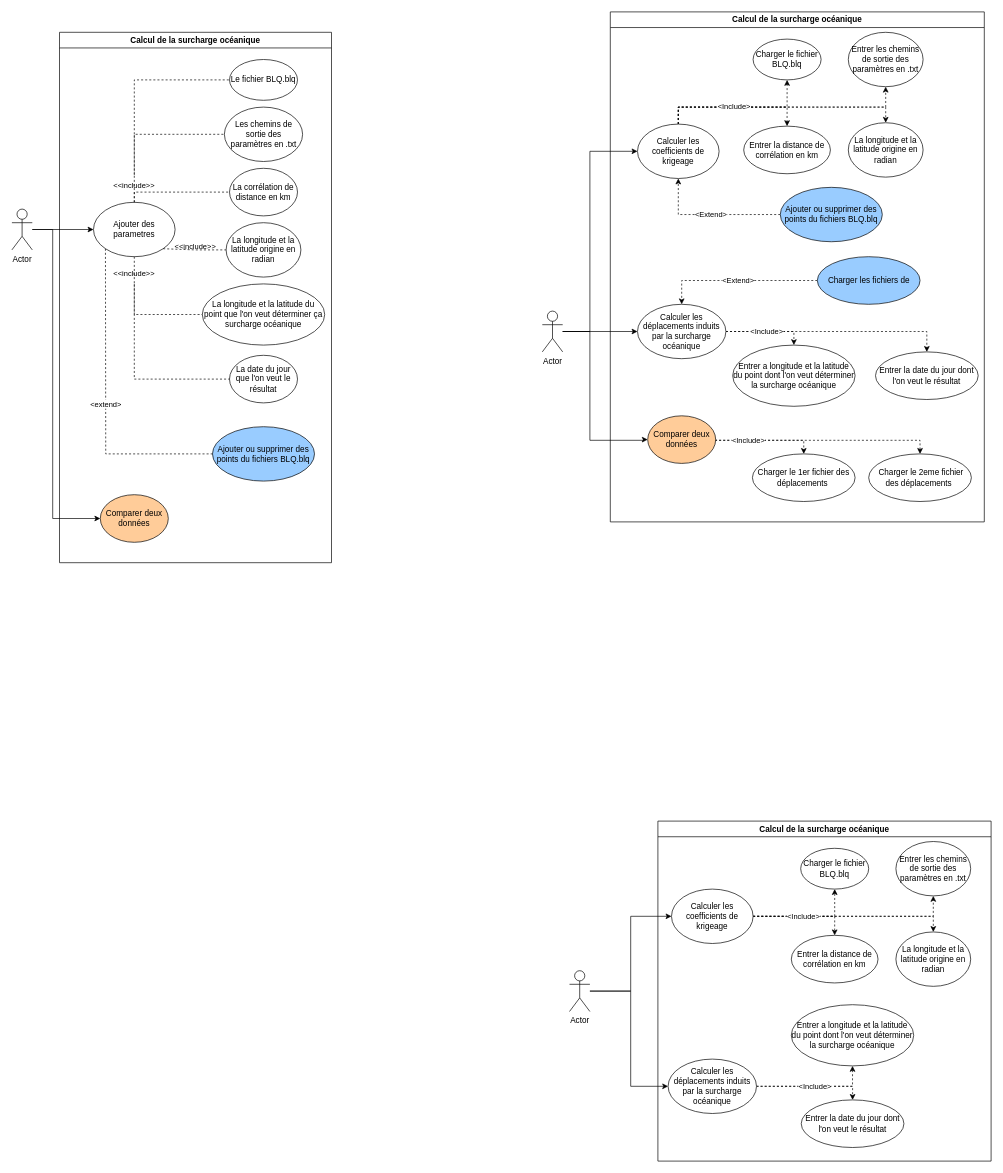
Above: dia_de_cas_d_utilisation_2.drawio in Kaloum2/calcul-coeff-krigeage (draw.io), before the change. Source tidied: cells renumbered, new cells numbered last; positions are measured from the earlier drawing's top-left corner, leaving out a move shared by most shapes. Both pictures are drawn from the tidied source at 68%, with x=0, y=0 at pixel (12, 12).
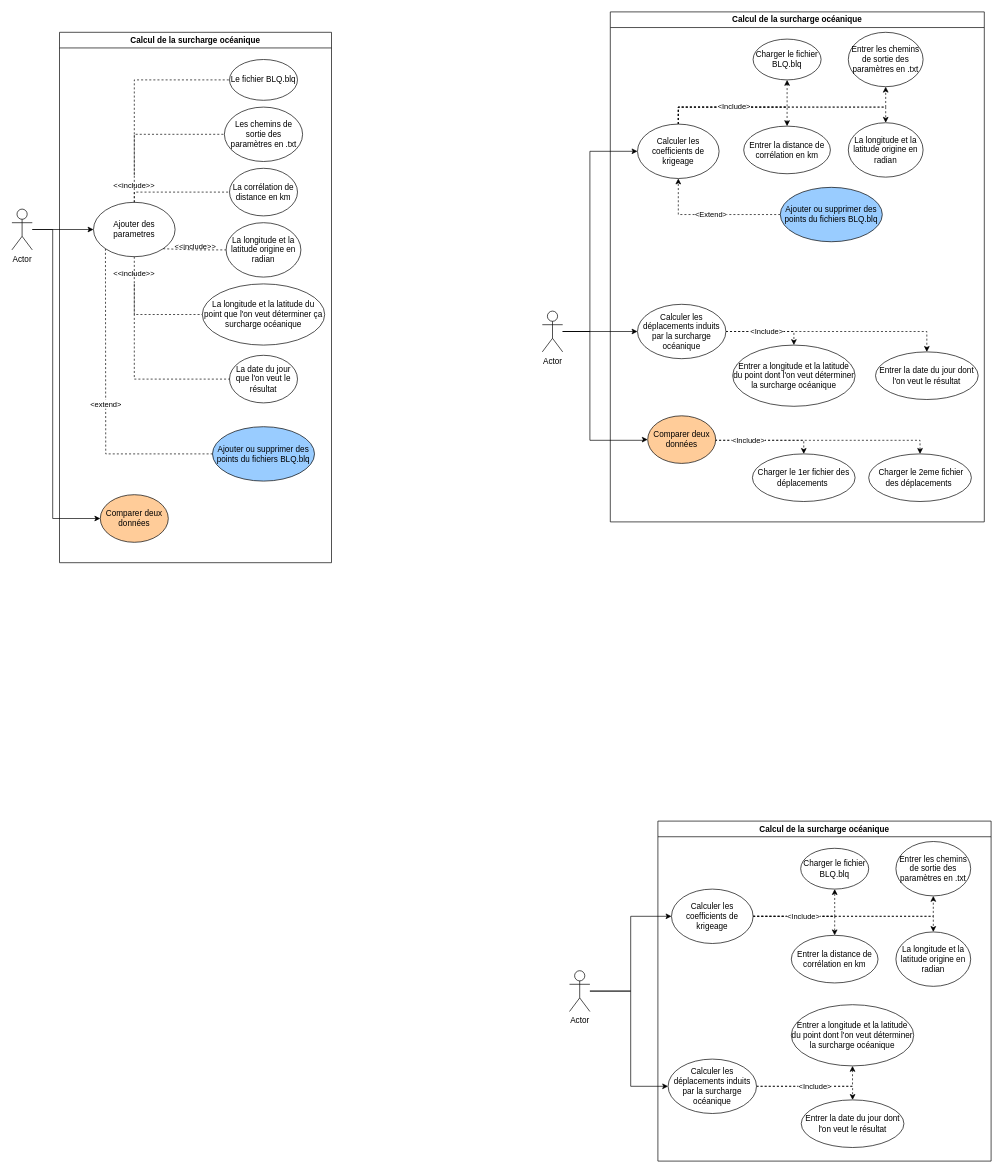
Above is the later version.

Commit message:
Mettre à jour dia_de_cas_d_utilisation_29.drawio

The change refers to these unchanged cells:
```xml
<mxCell id="25" value="Calcul de la surcharge océanique" style="swimlane;whiteSpace=wrap;html=1;fillColor=#FFFFFF;" parent="1" vertex="1">
  <mxGeometry x="880" width="550" height="750" as="geometry" />
</mxCell>
<mxCell id="44" value="Calculer les déplacements induits par la surcharge océanique" style="ellipse;whiteSpace=wrap;html=1;fillColor=#FFFFFF;" parent="25" vertex="1">
  <mxGeometry x="40" y="430" width="130" height="80" as="geometry" />
</mxCell>
```

Change to the diagram source:
```diff
@@
-    <mxCell id="45" value="&amp;lt;Extend&amp;gt;" style="edgeStyle=orthogonalEdgeStyle;rounded=0;jettySize=auto;html=1;exitX=0;exitY=0.5;exitDx=0;exitDy=0;entryX=0.5;entryY=0;entryDx=0;entryDy=0;dashed=1;" parent="25" edge="1" source="46" target="44">
-      <mxGeometry relative="1" as="geometry" />
-    </mxCell>
-    <mxCell id="46" value="Charger les fichiers de" style="ellipse;whiteSpace=wrap;html=1;fillColor=#99CCFF;strokeColor=#000000;" parent="25" vertex="1">
-      <mxGeometry x="304.5" y="360" width="151" height="70" as="geometry" />
-    </mxCell>
```
